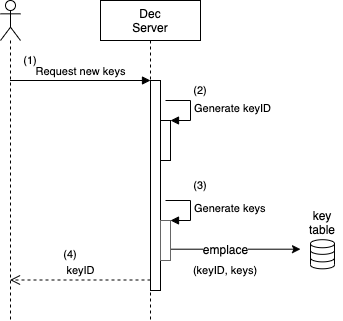
Earlier version of the draw.io export doc/spec-ja/source/images/fhetbl_design-seq-dec-1.png (iihiro/FHE-Table-Search). Source tidied: cells renumbered, new cells last; positions are measured from the earlier drawing's top-left corner, leaving out a move shared by most shapes. Its diagram source:
```xml
<mxGraphModel>
  <root>
    <mxCell id="0" />
    <mxCell id="1" parent="0" />
    <mxCell id="2" style="shape=umlLifeline;participant=umlActor;perimeter=lifelinePerimeter;whiteSpace=wrap;html=1;verticalAlign=top;spacingTop=36;labelBackgroundColor=#ffffff;outlineConnect=0;" parent="1" vertex="1">
      <mxGeometry width="20" height="320" as="geometry" />
    </mxCell>
    <mxCell id="3" value="Dec&lt;br&gt;Server" style="shape=umlLifeline;perimeter=lifelinePerimeter;whiteSpace=wrap;html=1;" parent="1" vertex="1">
      <mxGeometry x="100" width="100" height="320" as="geometry" />
    </mxCell>
    <mxCell id="4" style="html=1;points=[];perimeter=orthogonalPerimeter;" parent="1" vertex="1">
      <mxGeometry x="150" y="80" width="10" height="210" as="geometry" />
    </mxCell>
    <mxCell id="5" value="Request new keys" style="html=1;verticalAlign=bottom;endArrow=block;entryX=0;entryY=0;labelBackgroundColor=none;" parent="1" edge="1" source="2" target="4">
      <mxGeometry relative="1" as="geometry" />
    </mxCell>
    <mxCell id="6" value="keyID" style="html=1;verticalAlign=bottom;endArrow=open;dashed=1;endSize=8;exitX=0;exitY=0.95;labelBackgroundColor=none;" parent="1" edge="1" source="4" target="2">
      <mxGeometry relative="1" as="geometry" />
    </mxCell>
    <mxCell id="7" style="html=1;verticalLabelPosition=bottom;align=center;labelBackgroundColor=#ffffff;verticalAlign=top;strokeWidth=1;strokeColor=#000000;shadow=0;dashed=0;shape=mxgraph.ios7.icons.data;" parent="1" vertex="1">
      <mxGeometry x="310" y="239.2" width="24" height="29.1" as="geometry" />
    </mxCell>
    <mxCell id="8" style="html=1;points=[];perimeter=orthogonalPerimeter;strokeColor=#000000;strokeWidth=1;" parent="1" vertex="1">
      <mxGeometry x="160" y="120" width="10" height="40" as="geometry" />
    </mxCell>
    <mxCell id="9" value="Generate keyID" style="edgeStyle=orthogonalEdgeStyle;html=1;align=left;spacingLeft=2;endArrow=block;rounded=0;entryX=1;entryY=0;labelBackgroundColor=none;" parent="1" edge="1" target="8">
      <mxGeometry relative="1" as="geometry">
        <mxPoint x="165" y="100" as="sourcePoint" />
        <Array as="points">
          <mxPoint x="190" y="100" />
        </Array>
      </mxGeometry>
    </mxCell>
    <mxCell id="10" value="key table" style="text;html=1;strokeColor=none;fillColor=none;align=center;verticalAlign=middle;whiteSpace=wrap;rounded=0;" parent="1" vertex="1">
      <mxGeometry x="302" y="211.7" width="40" height="20" as="geometry" />
    </mxCell>
    <mxCell id="11" style="endArrow=classic;html=1;labelBackgroundColor=none;" parent="1" edge="1" source="13">
      <mxGeometry relative="1" as="geometry">
        <mxPoint x="300" y="248.7" as="targetPoint" />
      </mxGeometry>
    </mxCell>
    <mxCell id="12" value="emplace" style="text;html=1;align=center;verticalAlign=middle;labelBackgroundColor=#ffffff;" parent="11" vertex="1">
      <mxGeometry x="-0.17" y="1" relative="1" as="geometry">
        <mxPoint y="1" as="offset" />
      </mxGeometry>
    </mxCell>
    <mxCell id="13" style="html=1;points=[];perimeter=orthogonalPerimeter;strokeColor=#666666;strokeWidth=1;fillColor=none;" parent="1" vertex="1">
      <mxGeometry x="160" y="220" width="10" height="40" as="geometry" />
    </mxCell>
    <mxCell id="14" value="Generate keys" style="edgeStyle=orthogonalEdgeStyle;html=1;align=left;spacingLeft=2;endArrow=block;rounded=0;entryX=1;entryY=0;labelBackgroundColor=none;" parent="1" edge="1" target="13">
      <mxGeometry relative="1" as="geometry">
        <mxPoint x="165" y="200" as="sourcePoint" />
        <Array as="points">
          <mxPoint x="190" y="200" />
        </Array>
      </mxGeometry>
    </mxCell>
    <mxCell id="15" value="(keyID, keys)" style="text;html=1;strokeColor=none;fillColor=none;align=center;verticalAlign=middle;whiteSpace=wrap;rounded=0;fontSize=11;" parent="1" vertex="1">
      <mxGeometry x="190" y="260" width="70" height="20" as="geometry" />
    </mxCell>
    <mxCell id="16" value="(1)" style="text;html=1;strokeColor=none;fillColor=none;align=center;verticalAlign=middle;whiteSpace=wrap;rounded=0;fontSize=11;" parent="1" vertex="1">
      <mxGeometry x="10" y="50" width="40" height="20" as="geometry" />
    </mxCell>
    <mxCell id="17" value="(2)" style="text;html=1;strokeColor=none;fillColor=none;align=center;verticalAlign=middle;whiteSpace=wrap;rounded=0;fontSize=11;" parent="1" vertex="1">
      <mxGeometry x="180" y="80" width="40" height="20" as="geometry" />
    </mxCell>
    <mxCell id="18" value="(3)" style="text;html=1;strokeColor=none;fillColor=none;align=center;verticalAlign=middle;whiteSpace=wrap;rounded=0;fontSize=11;" parent="1" vertex="1">
      <mxGeometry x="180" y="175" width="40" height="20" as="geometry" />
    </mxCell>
    <mxCell id="19" value="(4)" style="text;html=1;strokeColor=none;fillColor=none;align=center;verticalAlign=middle;whiteSpace=wrap;rounded=0;fontSize=11;" parent="1" vertex="1">
      <mxGeometry x="50" y="243.8" width="40" height="20" as="geometry" />
    </mxCell>
  </root>
</mxGraphModel>
```
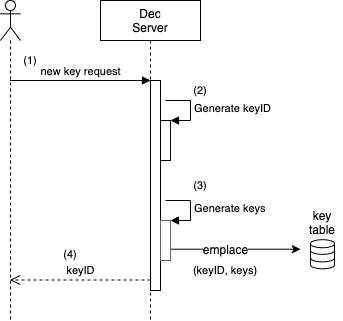
Above is the later version.

What changed in the source:
```diff
@@ -11,7 +11,7 @@
     <mxCell id="4" style="html=1;points=[];perimeter=orthogonalPerimeter;" parent="1" vertex="1">
       <mxGeometry x="150" y="80" width="10" height="210" as="geometry" />
     </mxCell>
-    <mxCell id="5" value="Request new keys" style="html=1;verticalAlign=bottom;endArrow=block;entryX=0;entryY=0;labelBackgroundColor=none;" parent="1" edge="1" source="2" target="4">
+    <mxCell id="5" value="new key request" style="html=1;verticalAlign=bottom;endArrow=block;entryX=0;entryY=0;labelBackgroundColor=none;" parent="1" edge="1" source="2" target="4">
       <mxGeometry relative="1" as="geometry" />
     </mxCell>
     <mxCell id="6" value="keyID" style="html=1;verticalAlign=bottom;endArrow=open;dashed=1;endSize=8;exitX=0;exitY=0.95;labelBackgroundColor=none;" parent="1" edge="1" source="4" target="2">
```
